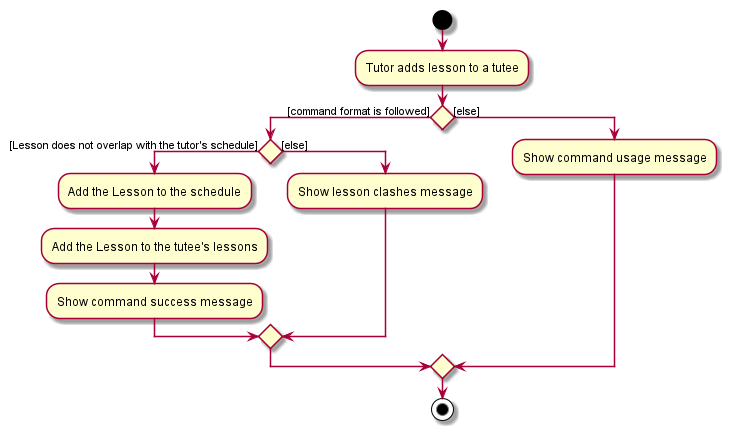
ykwei7/Track-O keeps this PlantUML diagram as docs/images/AddLessonCommandActivityDiagram.png. Above is the earlier version. The source it was exported from:
```plantuml
@startuml

start
:Tutor adds lesson to a tutee;

if () then ([command format is followed])
    if () then ([Lesson does not overlap with the tutor's schedule])
    :Add the Lesson to the schedule;
    :Add the Lesson to the tutee's lessons;
    :Show command success message;
    else ([else])
    :Show lesson clashes message;
    endif
else ([else])
    :Show command usage message;
endif
stop

@enduml
```
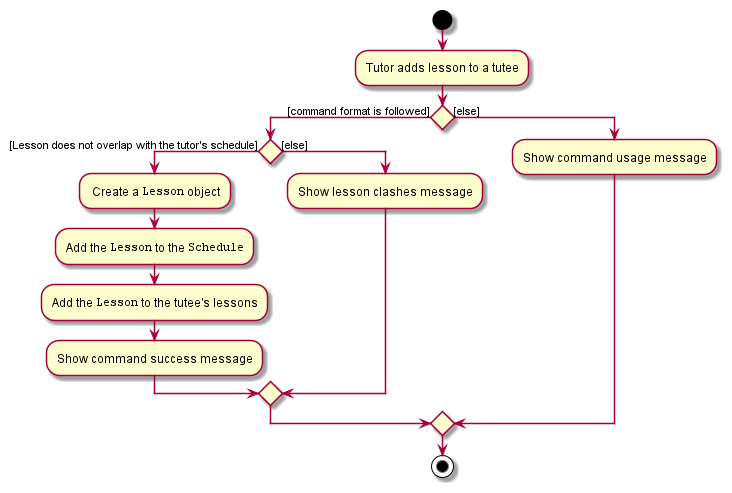
Later version of the same file.

Commit message:
Update Model and Schedule UML diagrams

What changed in the source:
```diff
@@ -5,8 +5,9 @@
 
 if () then ([command format is followed])
     if () then ([Lesson does not overlap with the tutor's schedule])
-    :Add the Lesson to the schedule;
-    :Add the Lesson to the tutee's lessons;
+    : Create a ""Lesson"" object;
+    :Add the ""Lesson"" to the ""Schedule"";
+    :Add the ""Lesson"" to the tutee's lessons;
     :Show command success message;
     else ([else])
     :Show lesson clashes message;
```
